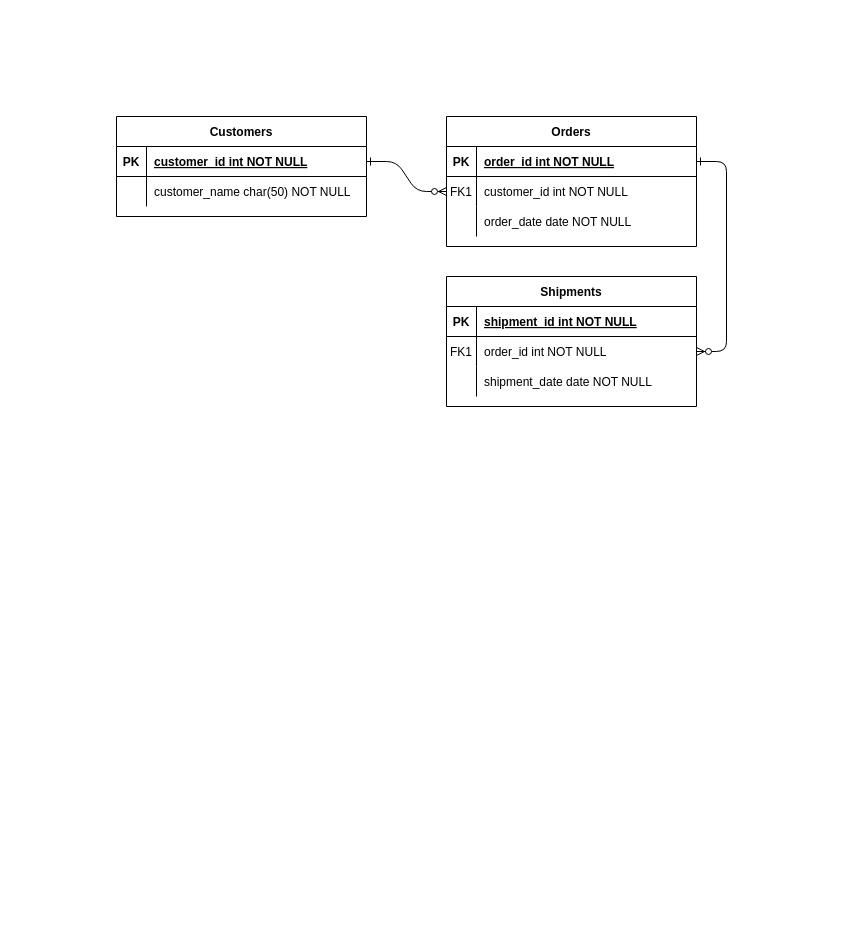
santoshkc1655/Data-Modeling-SQL keeps this draw.io diagram as case 1 erd.drawio. Above is the earlier version. Source tidied: cells renumbered, new cells numbered last; positions are measured from the earlier drawing's top-left corner, leaving out a move shared by most shapes. Both pictures are drawn from the tidied source at 100%, with x=0, y=0 at pixel (116, 116).
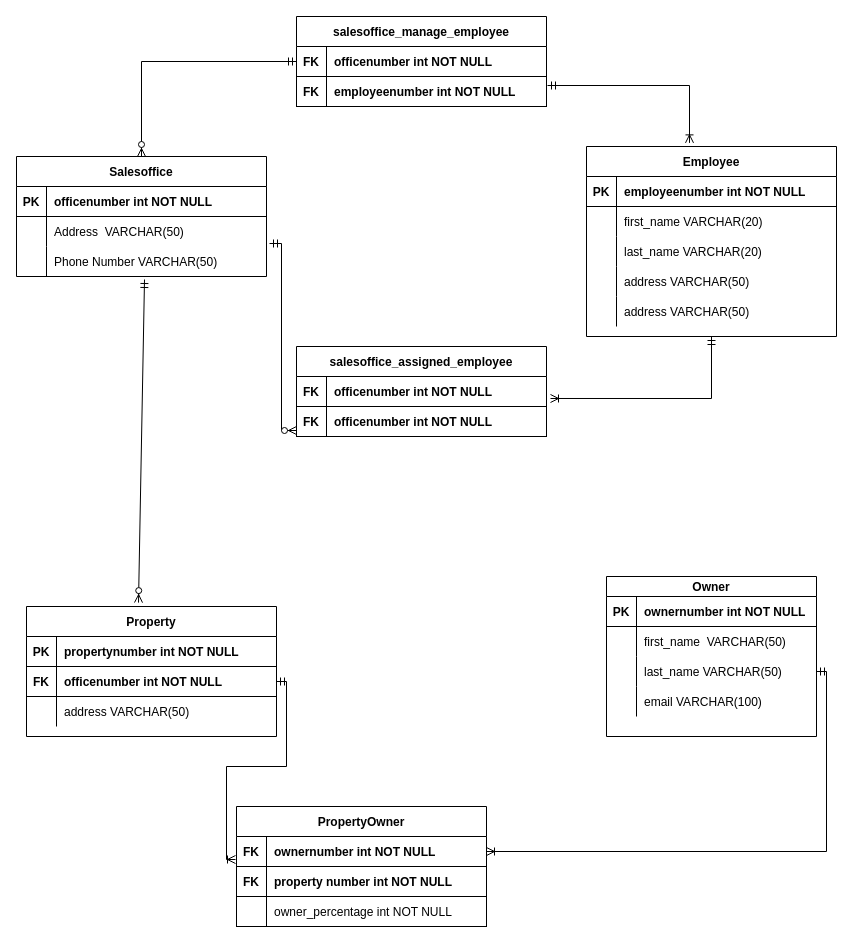
The same page after the edit.

The change refers to these unchanged cells:
```xml
<mxCell id="5" style="shape=partialRectangle;fillColor=none;points=[[0,0.5],[1,0.5]];portConstraint=eastwest;top=0;left=0;right=0;bottom=1;" parent="4" vertex="1">
  <mxGeometry y="30" width="250" height="30" as="geometry" />
</mxCell>
<mxCell id="8" style="shape=partialRectangle;fillColor=none;points=[[0,0.5],[1,0.5]];portConstraint=eastwest;top=0;left=0;right=0;bottom=0;" parent="4" vertex="1">
  <mxGeometry y="60" width="250" height="30" as="geometry" />
</mxCell>
<mxCell id="25" style="shape=partialRectangle;fillColor=none;points=[[0,0.5],[1,0.5]];portConstraint=eastwest;top=0;left=0;right=0;bottom=1;" parent="24" vertex="1">
  <mxGeometry y="30" width="250" height="30" as="geometry" />
</mxCell>
```

Change to the diagram source:
```diff
@@
-    <mxCell id="2" style="edgeStyle=entityRelationEdgeStyle;endArrow=ERzeroToMany;startArrow=ERone;endFill=1;startFill=0;" parent="1" edge="1" source="25" target="8">
-      <mxGeometry relative="1" as="geometry" />
-    </mxCell>
-    <mxCell id="3" style="edgeStyle=entityRelationEdgeStyle;endArrow=ERzeroToMany;startArrow=ERone;endFill=1;startFill=0;" parent="1" edge="1" source="5" target="18">
-      <mxGeometry relative="1" as="geometry" />
-    </mxCell>
-    <mxCell id="4" value="Orders" style="shape=table;startSize=30;childLayout=tableLayout;rowLines=0;fontStyle=1;align=center;" parent="1" vertex="1">
-      <mxGeometry x="330" width="250" height="130" as="geometry" />
+    <mxCell id="4" value="Employee" style="shape=table;startSize=30;childLayout=tableLayout;rowLines=0;fontStyle=1;align=center;" parent="1" vertex="1">
+      <mxGeometry x="470" y="30" width="250" height="190" as="geometry" />
     </mxCell>
@@
-    <mxCell id="7" value="order_id int NOT NULL " style="shape=partialRectangle;overflow=hidden;fillColor=none;top=0;left=0;bottom=0;right=0;align=left;spacingLeft=6;fontStyle=5;" parent="5" vertex="1">
+    <mxCell id="7" value="employeenumber int NOT NULL " style="shape=partialRectangle;overflow=hidden;fillColor=none;top=0;left=0;bottom=0;right=0;align=left;spacingLeft=6;fontStyle=1;" parent="5" vertex="1">
       <mxGeometry x="30" width="220" height="30" as="geometry" />
     </mxCell>
@@
-    <mxCell id="9" value="FK1" style="shape=partialRectangle;overflow=hidden;fillColor=none;top=0;left=0;bottom=0;right=0;" parent="8" vertex="1">
+    <mxCell id="9" style="shape=partialRectangle;overflow=hidden;fillColor=none;top=0;left=0;bottom=0;right=0;" parent="8" vertex="1">
       <mxGeometry width="30" height="30" as="geometry" />
     </mxCell>
-    <mxCell id="10" value="customer_id int NOT NULL" style="shape=partialRectangle;overflow=hidden;fillColor=none;top=0;left=0;bottom=0;right=0;align=left;spacingLeft=6;" parent="8" vertex="1">
+    <mxCell id="10" value="first_name VARCHAR(20)" style="shape=partialRectangle;overflow=hidden;fillColor=none;top=0;left=0;bottom=0;right=0;align=left;spacingLeft=6;" parent="8" vertex="1">
       <mxGeometry x="30" width="220" height="30" as="geometry" />
     </mxCell>
-    <mxCell id="11" style="shape=partialRectangle;fillColor=none;top=0;left=0;right=0;bottom=0;" parent="4" vertex="1">
-      <mxGeometry y="90" width="250" height="30" as="geometry" />
-    </mxCell>
-    <mxCell id="12" style="shape=partialRectangle;overflow=hidden;fillColor=none;top=0;left=0;bottom=0;right=0;" parent="11" vertex="1">
-      <mxGeometry width="30" height="30" as="geometry" />
-    </mxCell>
-    <mxCell id="13" value="order_date date NOT NULL" style="shape=partialRectangle;overflow=hidden;fillColor=none;top=0;left=0;bottom=0;right=0;align=left;spacingLeft=6;" parent="11" vertex="1">
-      <mxGeometry x="30" width="220" height="30" as="geometry" />
-    </mxCell>
+    <mxCell id="31" style="shape=partialRectangle;fillColor=none;top=0;left=0;right=0;bottom=0;" parent="4" vertex="1">
+      <mxGeometry y="90" width="250" height="30" as="geometry" />
+    </mxCell>
+    <mxCell id="32" style="shape=partialRectangle;overflow=hidden;fillColor=none;top=0;left=0;bottom=0;right=0;" parent="31" vertex="1">
+      <mxGeometry width="30" height="30" as="geometry" />
+    </mxCell>
+    <mxCell id="33" value="last_name VARCHAR(20)" style="shape=partialRectangle;overflow=hidden;fillColor=none;top=0;left=0;bottom=0;right=0;align=left;spacingLeft=6;" parent="31" vertex="1">
+      <mxGeometry x="30" width="220" height="30" as="geometry" />
+    </mxCell>
+    <mxCell id="34" style="shape=partialRectangle;fillColor=none;top=0;left=0;right=0;bottom=0;" parent="4" vertex="1">
+      <mxGeometry y="120" width="250" height="30" as="geometry" />
+    </mxCell>
+    <mxCell id="35" style="shape=partialRectangle;overflow=hidden;fillColor=none;top=0;left=0;bottom=0;right=0;" parent="34" vertex="1">
+      <mxGeometry width="30" height="30" as="geometry" />
+    </mxCell>
+    <mxCell id="36" value="address VARCHAR(50)" style="shape=partialRectangle;overflow=hidden;fillColor=none;top=0;left=0;bottom=0;right=0;align=left;spacingLeft=6;" parent="34" vertex="1">
+      <mxGeometry x="30" width="220" height="30" as="geometry" />
+    </mxCell>
+    <mxCell id="37" style="shape=partialRectangle;fillColor=none;top=0;left=0;right=0;bottom=0;" parent="4" vertex="1">
+      <mxGeometry y="150" width="250" height="30" as="geometry" />
+    </mxCell>
+    <mxCell id="38" style="shape=partialRectangle;overflow=hidden;fillColor=none;top=0;left=0;bottom=0;right=0;" parent="37" vertex="1">
+      <mxGeometry width="30" height="30" as="geometry" />
+    </mxCell>
+    <mxCell id="39" value="address VARCHAR(50)" style="shape=partialRectangle;overflow=hidden;fillColor=none;top=0;left=0;bottom=0;right=0;align=left;spacingLeft=6;" parent="37" vertex="1">
+      <mxGeometry x="30" width="220" height="30" as="geometry" />
+    </mxCell>
-    <mxCell id="14" value="Shipments" style="shape=table;startSize=30;childLayout=tableLayout;rowLines=0;fontStyle=1;align=center;" parent="1" vertex="1">
-      <mxGeometry x="330" y="160" width="250" height="130" as="geometry" />
+    <mxCell id="14" value="Property" style="shape=table;startSize=30;childLayout=tableLayout;rowLines=0;fontStyle=1;align=center;" parent="1" vertex="1">
+      <mxGeometry x="-90" y="490" width="250" height="130" as="geometry" />
     </mxCell>
+    <mxCell id="40" style="shape=partialRectangle;fillColor=none;top=0;left=0;right=0;bottom=1;" parent="14" vertex="1">
+      <mxGeometry y="30" width="250" height="30" as="geometry" />
+    </mxCell>
+    <mxCell id="41" value="PK" style="shape=partialRectangle;overflow=hidden;fillColor=none;top=0;left=0;bottom=0;right=0;fontStyle=1;" parent="40" vertex="1">
+      <mxGeometry width="30" height="30" as="geometry" />
+    </mxCell>
+    <mxCell id="42" value="propertynumber int NOT NULL " style="shape=partialRectangle;overflow=hidden;fillColor=none;top=0;left=0;bottom=0;right=0;align=left;spacingLeft=6;fontStyle=1;" parent="40" vertex="1">
+      <mxGeometry x="30" width="220" height="30" as="geometry" />
+    </mxCell>
     <mxCell id="15" style="shape=partialRectangle;fillColor=none;points=[[0,0.5],[1,0.5]];portConstraint=eastwest;top=0;left=0;right=0;bottom=1;" parent="14" vertex="1">
-      <mxGeometry y="30" width="250" height="30" as="geometry" />
+      <mxGeometry y="60" width="250" height="30" as="geometry" />
     </mxCell>
-    <mxCell id="16" value="PK" style="shape=partialRectangle;overflow=hidden;fillColor=none;top=0;left=0;bottom=0;right=0;fontStyle=1;" parent="15" vertex="1">
+    <mxCell id="16" value="FK" style="shape=partialRectangle;overflow=hidden;fillColor=none;top=0;left=0;bottom=0;right=0;fontStyle=1;" parent="15" vertex="1">
       <mxGeometry width="30" height="30" as="geometry" />
     </mxCell>
-    <mxCell id="17" value="shipment_id int NOT NULL " style="shape=partialRectangle;overflow=hidden;fillColor=none;top=0;left=0;bottom=0;right=0;align=left;spacingLeft=6;fontStyle=5;" parent="15" vertex="1">
+    <mxCell id="17" value="officenumber int NOT NULL" style="shape=partialRectangle;overflow=hidden;fillColor=none;top=0;left=0;bottom=0;right=0;align=left;spacingLeft=6;fontStyle=1;" parent="15" vertex="1">
       <mxGeometry x="30" width="220" height="30" as="geometry" />
     </mxCell>
     <mxCell id="18" style="shape=partialRectangle;fillColor=none;points=[[0,0.5],[1,0.5]];portConstraint=eastwest;top=0;left=0;right=0;bottom=0;" parent="14" vertex="1">
-      <mxGeometry y="60" width="250" height="30" as="geometry" />
+      <mxGeometry y="90" width="250" height="30" as="geometry" />
     </mxCell>
-    <mxCell id="19" value="FK1" style="shape=partialRectangle;overflow=hidden;fillColor=none;top=0;left=0;bottom=0;right=0;" parent="18" vertex="1">
+    <mxCell id="19" style="shape=partialRectangle;overflow=hidden;fillColor=none;top=0;left=0;bottom=0;right=0;" parent="18" vertex="1">
       <mxGeometry width="30" height="30" as="geometry" />
     </mxCell>
-    <mxCell id="20" value="order_id int NOT NULL" style="shape=partialRectangle;overflow=hidden;fillColor=none;top=0;left=0;bottom=0;right=0;align=left;spacingLeft=6;" parent="18" vertex="1">
+    <mxCell id="20" value="address VARCHAR(50) " style="shape=partialRectangle;overflow=hidden;fillColor=none;top=0;left=0;bottom=0;right=0;align=left;spacingLeft=6;" parent="18" vertex="1">
       <mxGeometry x="30" width="220" height="30" as="geometry" />
     </mxCell>
-    <mxCell id="21" style="shape=partialRectangle;fillColor=none;top=0;left=0;right=0;bottom=0;" parent="14" vertex="1">
-      <mxGeometry y="90" width="250" height="30" as="geometry" />
-    </mxCell>
-    <mxCell id="22" style="shape=partialRectangle;overflow=hidden;fillColor=none;top=0;left=0;bottom=0;right=0;" parent="21" vertex="1">
-      <mxGeometry width="30" height="30" as="geometry" />
-    </mxCell>
-    <mxCell id="23" value="shipment_date date NOT NULL" style="shape=partialRectangle;overflow=hidden;fillColor=none;top=0;left=0;bottom=0;right=0;align=left;spacingLeft=6;" parent="21" vertex="1">
-      <mxGeometry x="30" width="220" height="30" as="geometry" />
-    </mxCell>
+    <mxCell id="43" value="Owner" style="shape=table;startSize=20;childLayout=tableLayout;rowLines=0;fontStyle=1;align=center;" parent="1" vertex="1">
+      <mxGeometry x="490" y="460" width="210" height="160" as="geometry" />
+    </mxCell>
+    <mxCell id="44" style="shape=partialRectangle;fillColor=none;top=0;left=0;right=0;bottom=1;" parent="43" vertex="1">
+      <mxGeometry y="20" width="210" height="30" as="geometry" />
+    </mxCell>
+    <mxCell id="45" value="PK" style="shape=partialRectangle;overflow=hidden;fillColor=none;top=0;left=0;bottom=0;right=0;fontStyle=1;" parent="44" vertex="1">
+      <mxGeometry width="30" height="30" as="geometry" />
+    </mxCell>
+    <mxCell id="46" value="ownernumber int NOT NULL " style="shape=partialRectangle;overflow=hidden;fillColor=none;top=0;left=0;bottom=0;right=0;align=left;spacingLeft=6;fontStyle=1;" parent="44" vertex="1">
+      <mxGeometry x="30" width="180" height="30" as="geometry" />
+    </mxCell>
+    <mxCell id="47" style="shape=partialRectangle;fillColor=none;top=0;left=0;right=0;bottom=0;" parent="43" vertex="1">
+      <mxGeometry y="50" width="210" height="30" as="geometry" />
+    </mxCell>
+    <mxCell id="48" style="shape=partialRectangle;overflow=hidden;fillColor=none;top=0;left=0;bottom=0;right=0;" parent="47" vertex="1">
+      <mxGeometry width="30" height="30" as="geometry" />
+    </mxCell>
+    <mxCell id="49" value="first_name  VARCHAR(50)" style="shape=partialRectangle;overflow=hidden;fillColor=none;top=0;left=0;bottom=0;right=0;align=left;spacingLeft=6;" parent="47" vertex="1">
+      <mxGeometry x="30" width="180" height="30" as="geometry" />
+    </mxCell>
+    <mxCell id="50" style="shape=partialRectangle;fillColor=none;points=[[0,0.5],[1,0.5]];portConstraint=eastwest;top=0;left=0;right=0;bottom=0;" parent="43" vertex="1">
+      <mxGeometry y="80" width="210" height="30" as="geometry" />
+    </mxCell>
+    <mxCell id="51" style="shape=partialRectangle;overflow=hidden;fillColor=none;top=0;left=0;bottom=0;right=0;" parent="50" vertex="1">
+      <mxGeometry width="30" height="30" as="geometry" />
+    </mxCell>
+    <mxCell id="52" value="last_name VARCHAR(50)" style="shape=partialRectangle;overflow=hidden;fillColor=none;top=0;left=0;bottom=0;right=0;align=left;spacingLeft=6;" parent="50" vertex="1">
+      <mxGeometry x="30" width="180" height="30" as="geometry" />
+    </mxCell>
+    <mxCell id="53" style="shape=partialRectangle;fillColor=none;top=0;left=0;right=0;bottom=0;" parent="43" vertex="1">
+      <mxGeometry y="110" width="210" height="30" as="geometry" />
+    </mxCell>
+    <mxCell id="54" style="shape=partialRectangle;overflow=hidden;fillColor=none;top=0;left=0;bottom=0;right=0;" parent="53" vertex="1">
+      <mxGeometry width="30" height="30" as="geometry" />
+    </mxCell>
+    <mxCell id="55" value="email VARCHAR(100) " style="shape=partialRectangle;overflow=hidden;fillColor=none;top=0;left=0;bottom=0;right=0;align=left;spacingLeft=6;" parent="53" vertex="1">
+      <mxGeometry x="30" width="180" height="30" as="geometry" />
+    </mxCell>
-    <mxCell id="24" value="Customers" style="shape=table;startSize=30;childLayout=tableLayout;rowLines=0;fontStyle=1;align=center;" parent="1" vertex="1">
-      <mxGeometry width="250" height="100" as="geometry" />
+    <mxCell id="24" value="Salesoffice" style="shape=table;startSize=30;childLayout=tableLayout;rowLines=0;fontStyle=1;align=center;" parent="1" vertex="1">
+      <mxGeometry x="-100" y="40" width="250" height="120" as="geometry" />
     </mxCell>
@@
-    <mxCell id="27" value="customer_id int NOT NULL " style="shape=partialRectangle;overflow=hidden;fillColor=none;top=0;left=0;bottom=0;right=0;align=left;spacingLeft=6;fontStyle=5;" parent="25" vertex="1">
+    <mxCell id="27" value="officenumber int NOT NULL" style="shape=partialRectangle;overflow=hidden;fillColor=none;top=0;left=0;bottom=0;right=0;align=left;spacingLeft=6;fontStyle=1;" parent="25" vertex="1">
       <mxGeometry x="30" width="220" height="30" as="geometry" />
     </mxCell>
+    <mxCell id="56" style="shape=partialRectangle;fillColor=none;top=0;left=0;right=0;bottom=0;" parent="24" vertex="1">
+      <mxGeometry y="60" width="250" height="30" as="geometry" />
+    </mxCell>
+    <mxCell id="57" style="shape=partialRectangle;overflow=hidden;fillColor=none;top=0;left=0;bottom=0;right=0;" parent="56" vertex="1">
+      <mxGeometry width="30" height="30" as="geometry" />
+    </mxCell>
+    <mxCell id="58" value="Address  VARCHAR(50)      " style="shape=partialRectangle;overflow=hidden;fillColor=none;top=0;left=0;bottom=0;right=0;align=left;spacingLeft=6;" parent="56" vertex="1">
+      <mxGeometry x="30" width="220" height="30" as="geometry" />
+    </mxCell>
     <mxCell id="28" style="shape=partialRectangle;fillColor=none;points=[[0,0.5],[1,0.5]];portConstraint=eastwest;top=0;left=0;right=0;bottom=0;" parent="24" vertex="1">
-      <mxGeometry y="60" width="250" height="30" as="geometry" />
+      <mxGeometry y="90" width="250" height="30" as="geometry" />
     </mxCell>
@@
-    <mxCell id="30" value="customer_name char(50) NOT NULL" style="shape=partialRectangle;overflow=hidden;fillColor=none;top=0;left=0;bottom=0;right=0;align=left;spacingLeft=6;" parent="28" vertex="1">
+    <mxCell id="30" value="Phone Number VARCHAR(50)" style="shape=partialRectangle;overflow=hidden;fillColor=none;top=0;left=0;bottom=0;right=0;align=left;spacingLeft=6;" parent="28" vertex="1">
       <mxGeometry x="30" width="220" height="30" as="geometry" />
     </mxCell>
+    <mxCell id="59" value="salesoffice_manage_employee" style="shape=table;startSize=30;childLayout=tableLayout;rowLines=0;fontStyle=1;align=center;" parent="1" vertex="1">
+      <mxGeometry x="180" y="-100" width="250" height="90" as="geometry" />
+    </mxCell>
+    <mxCell id="60" style="shape=partialRectangle;fillColor=none;points=[[0,0.5],[1,0.5]];portConstraint=eastwest;top=0;left=0;right=0;bottom=1;" parent="59" vertex="1">
+      <mxGeometry y="30" width="250" height="30" as="geometry" />
+    </mxCell>
+    <mxCell id="61" value="FK" style="shape=partialRectangle;overflow=hidden;fillColor=none;top=0;left=0;bottom=0;right=0;fontStyle=1;" parent="60" vertex="1">
+      <mxGeometry width="30" height="30" as="geometry" />
+    </mxCell>
+    <mxCell id="62" value="officenumber int NOT NULL" style="shape=partialRectangle;overflow=hidden;fillColor=none;top=0;left=0;bottom=0;right=0;align=left;spacingLeft=6;fontStyle=1;" parent="60" vertex="1">
+      <mxGeometry x="30" width="220" height="30" as="geometry" />
+    </mxCell>
+    <mxCell id="63" style="shape=partialRectangle;fillColor=none;points=[[0,0.5],[1,0.5]];portConstraint=eastwest;top=0;left=0;right=0;bottom=1;" parent="59" vertex="1">
+      <mxGeometry y="60" width="250" height="30" as="geometry" />
+    </mxCell>
+    <mxCell id="64" value="FK" style="shape=partialRectangle;overflow=hidden;fillColor=none;top=0;left=0;bottom=0;right=0;fontStyle=1;" parent="63" vertex="1">
+      <mxGeometry width="30" height="30" as="geometry" />
+    </mxCell>
+    <mxCell id="65" value="employeenumber int NOT NULL" style="shape=partialRectangle;overflow=hidden;fillColor=none;top=0;left=0;bottom=0;right=0;align=left;spacingLeft=6;fontStyle=1;" parent="63" vertex="1">
+      <mxGeometry x="30" width="220" height="30" as="geometry" />
+    </mxCell>
+    <mxCell id="66" value="salesoffice_assigned_employee" style="shape=table;startSize=30;childLayout=tableLayout;rowLines=0;fontStyle=1;align=center;" parent="1" vertex="1">
+      <mxGeometry x="180" y="230" width="250" height="90" as="geometry" />
+    </mxCell>
+    <mxCell id="67" style="shape=partialRectangle;fillColor=none;points=[[0,0.5],[1,0.5]];portConstraint=eastwest;top=0;left=0;right=0;bottom=1;" parent="66" vertex="1">
+      <mxGeometry y="30" width="250" height="30" as="geometry" />
+    </mxCell>
+    <mxCell id="68" value="FK" style="shape=partialRectangle;overflow=hidden;fillColor=none;top=0;left=0;bottom=0;right=0;fontStyle=1;" parent="67" vertex="1">
+      <mxGeometry width="30" height="30" as="geometry" />
+    </mxCell>
+    <mxCell id="69" value="officenumber int NOT NULL" style="shape=partialRectangle;overflow=hidden;fillColor=none;top=0;left=0;bottom=0;right=0;align=left;spacingLeft=6;fontStyle=1;dashed=1;" parent="67" vertex="1">
+      <mxGeometry x="30" width="220" height="30" as="geometry" />
+    </mxCell>
+    <mxCell id="70" style="shape=partialRectangle;fillColor=none;points=[[0,0.5],[1,0.5]];portConstraint=eastwest;top=0;left=0;right=0;bottom=1;" parent="66" vertex="1">
+      <mxGeometry y="60" width="250" height="30" as="geometry" />
+    </mxCell>
+    <mxCell id="71" value="FK" style="shape=partialRectangle;overflow=hidden;fillColor=none;top=0;left=0;bottom=0;right=0;fontStyle=1;" parent="70" vertex="1">
+      <mxGeometry width="30" height="30" as="geometry" />
+    </mxCell>
+    <mxCell id="72" value="officenumber int NOT NULL" style="shape=partialRectangle;overflow=hidden;fillColor=none;top=0;left=0;bottom=0;right=0;align=left;spacingLeft=6;fontStyle=1;" parent="70" vertex="1">
+      <mxGeometry x="30" width="220" height="30" as="geometry" />
+    </mxCell>
+    <mxCell id="73" style="fontSize=12;html=1;endArrow=ERzeroToMany;startArrow=ERmandOne;rounded=0;exitX=0.512;exitY=1.1;exitDx=0;exitDy=0;exitPerimeter=0;entryX=0.448;entryY=-0.03;entryDx=0;entryDy=0;entryPerimeter=0;" parent="1" edge="1" source="28" target="14">
+      <mxGeometry relative="1" as="geometry" />
+    </mxCell>
+    <mxCell id="74" style="fontSize=12;html=1;endArrow=ERzeroToMany;startArrow=ERmandOne;rounded=0;exitX=0;exitY=0.5;exitDx=0;exitDy=0;entryX=0.5;entryY=0;entryDx=0;entryDy=0;edgeStyle=orthogonalEdgeStyle;" parent="1" edge="1" source="60" target="24">
+      <mxGeometry relative="1" as="geometry" />
+    </mxCell>
+    <mxCell id="75" style="edgeStyle=orthogonalEdgeStyle;fontSize=12;html=1;endArrow=ERoneToMany;startArrow=ERmandOne;rounded=0;exitX=1.004;exitY=0.3;exitDx=0;exitDy=0;exitPerimeter=0;entryX=0.412;entryY=-0.019;entryDx=0;entryDy=0;entryPerimeter=0;" parent="1" edge="1" source="63" target="4">
+      <mxGeometry relative="1" as="geometry" />
+    </mxCell>
+    <mxCell id="76" style="fontSize=12;html=1;endArrow=ERzeroToMany;startArrow=ERmandOne;rounded=0;exitX=1.012;exitY=-0.1;exitDx=0;exitDy=0;exitPerimeter=0;entryX=0;entryY=0.8;entryDx=0;entryDy=0;entryPerimeter=0;edgeStyle=orthogonalEdgeStyle;" parent="1" edge="1" source="28" target="70">
+      <mxGeometry relative="1" as="geometry" />
+    </mxCell>
+    <mxCell id="77" style="edgeStyle=orthogonalEdgeStyle;fontSize=12;html=1;endArrow=ERoneToMany;startArrow=ERmandOne;rounded=0;entryX=1.016;entryY=0.733;entryDx=0;entryDy=0;exitX=0.5;exitY=1;exitDx=0;exitDy=0;entryPerimeter=0;" parent="1" edge="1" source="4" target="67">
+      <mxGeometry relative="1" as="geometry" />
+    </mxCell>
+    <mxCell id="78" style="edgeStyle=orthogonalEdgeStyle;fontSize=12;html=1;endArrow=ERoneToMany;startArrow=ERmandOne;rounded=0;entryX=-0.004;entryY=0.767;entryDx=0;entryDy=0;entryPerimeter=0;exitX=1;exitY=0.5;exitDx=0;exitDy=0;" parent="1" edge="1" source="15" target="81">
+      <mxGeometry relative="1" as="geometry" />
+    </mxCell>
+    <mxCell id="79" style="edgeStyle=orthogonalEdgeStyle;fontSize=12;html=1;endArrow=ERoneToMany;startArrow=ERmandOne;rounded=0;entryX=1;entryY=0.5;entryDx=0;entryDy=0;exitX=1;exitY=0.5;exitDx=0;exitDy=0;" parent="1" edge="1" source="50" target="81">
+      <mxGeometry relative="1" as="geometry" />
+    </mxCell>
+    <mxCell id="80" value="PropertyOwner" style="shape=table;startSize=30;childLayout=tableLayout;rowLines=0;fontStyle=1;align=center;" parent="1" vertex="1">
+      <mxGeometry x="120" y="690" width="250" height="120" as="geometry" />
+    </mxCell>
+    <mxCell id="81" style="shape=partialRectangle;fillColor=none;points=[[0,0.5],[1,0.5]];portConstraint=eastwest;top=0;left=0;right=0;bottom=1;" parent="80" vertex="1">
+      <mxGeometry y="30" width="250" height="30" as="geometry" />
+    </mxCell>
+    <mxCell id="82" value="FK" style="shape=partialRectangle;overflow=hidden;fillColor=none;top=0;left=0;bottom=0;right=0;fontStyle=1;" parent="81" vertex="1">
+      <mxGeometry width="30" height="30" as="geometry" />
+    </mxCell>
+    <mxCell id="83" value="ownernumber int NOT NULL " style="shape=partialRectangle;overflow=hidden;fillColor=none;top=0;left=0;bottom=0;right=0;align=left;spacingLeft=6;fontStyle=1;" parent="81" vertex="1">
+      <mxGeometry x="30" width="220" height="30" as="geometry" />
+    </mxCell>
+    <mxCell id="84" style="shape=partialRectangle;fillColor=none;top=0;left=0;right=0;bottom=1;" parent="80" vertex="1">
+      <mxGeometry y="60" width="250" height="30" as="geometry" />
+    </mxCell>
+    <mxCell id="85" value="FK" style="shape=partialRectangle;overflow=hidden;fillColor=none;top=0;left=0;bottom=0;right=0;fontStyle=1;" parent="84" vertex="1">
+      <mxGeometry width="30" height="30" as="geometry" />
+    </mxCell>
+    <mxCell id="86" value="property number int NOT NULL " style="shape=partialRectangle;overflow=hidden;fillColor=none;top=0;left=0;bottom=0;right=0;align=left;spacingLeft=6;fontStyle=1;" parent="84" vertex="1">
+      <mxGeometry x="30" width="220" height="30" as="geometry" />
+    </mxCell>
+    <mxCell id="87" style="shape=partialRectangle;fillColor=none;top=0;left=0;right=0;bottom=1;" parent="80" vertex="1">
+      <mxGeometry y="90" width="250" height="30" as="geometry" />
+    </mxCell>
+    <mxCell id="88" style="shape=partialRectangle;overflow=hidden;fillColor=none;top=0;left=0;bottom=0;right=0;fontStyle=1;" parent="87" vertex="1">
+      <mxGeometry width="30" height="30" as="geometry" />
+    </mxCell>
+    <mxCell id="89" value="owner_percentage int NOT NULL" style="shape=partialRectangle;overflow=hidden;fillColor=none;top=0;left=0;bottom=0;right=0;align=left;spacingLeft=6;fontStyle=0;" parent="87" vertex="1">
+      <mxGeometry x="30" width="220" height="30" as="geometry" />
+    </mxCell>
```
